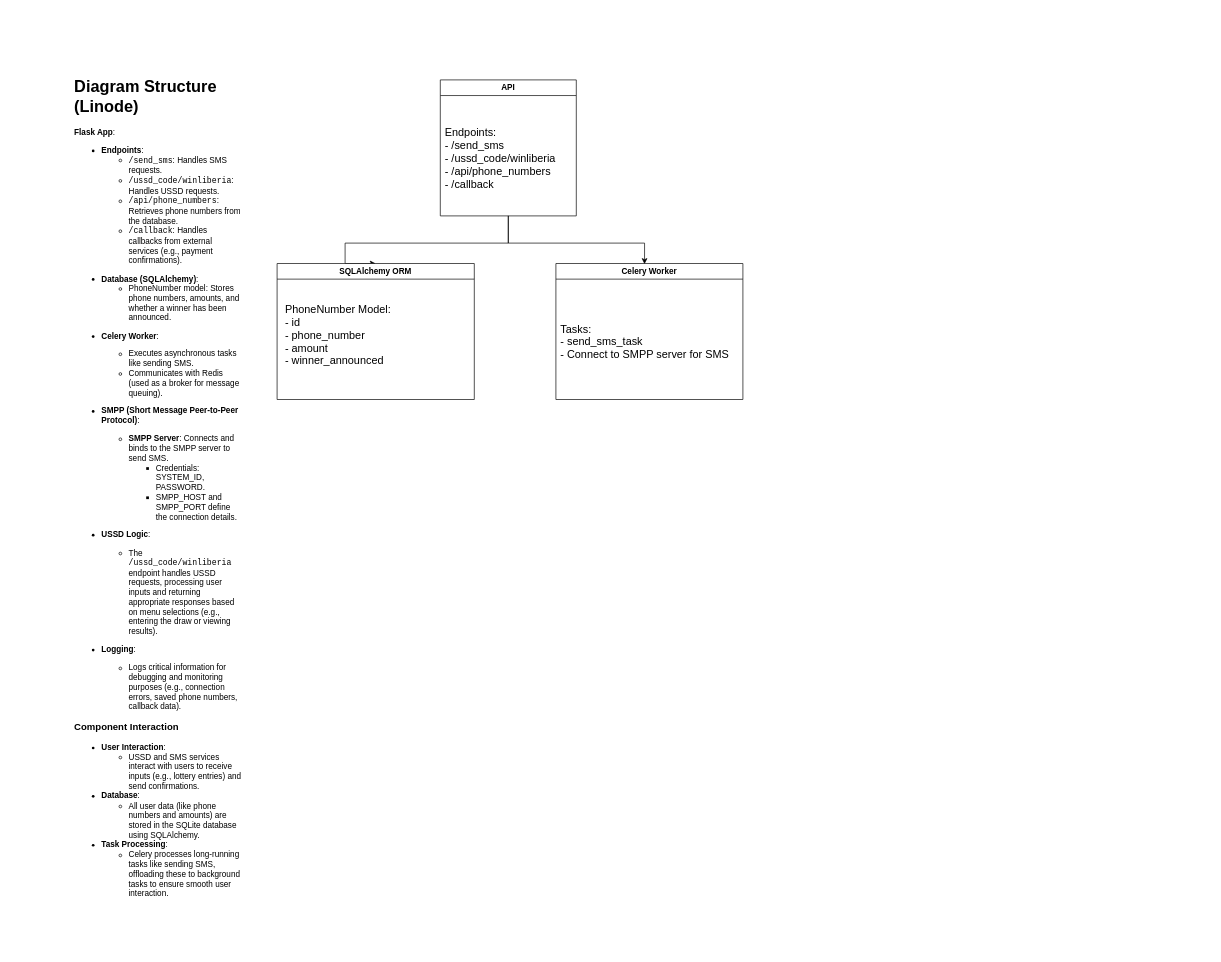
The draw.io diagram Untitled Diagram.drawio in WinLiberia/.github, before the edit. Source tidied: cells renumbered, new cells numbered last; positions are measured from the earlier drawing's top-left corner, leaving out a move shared by most shapes. Both pictures are drawn from the tidied source at 68%, with x=0, y=0 at pixel (73, 73).
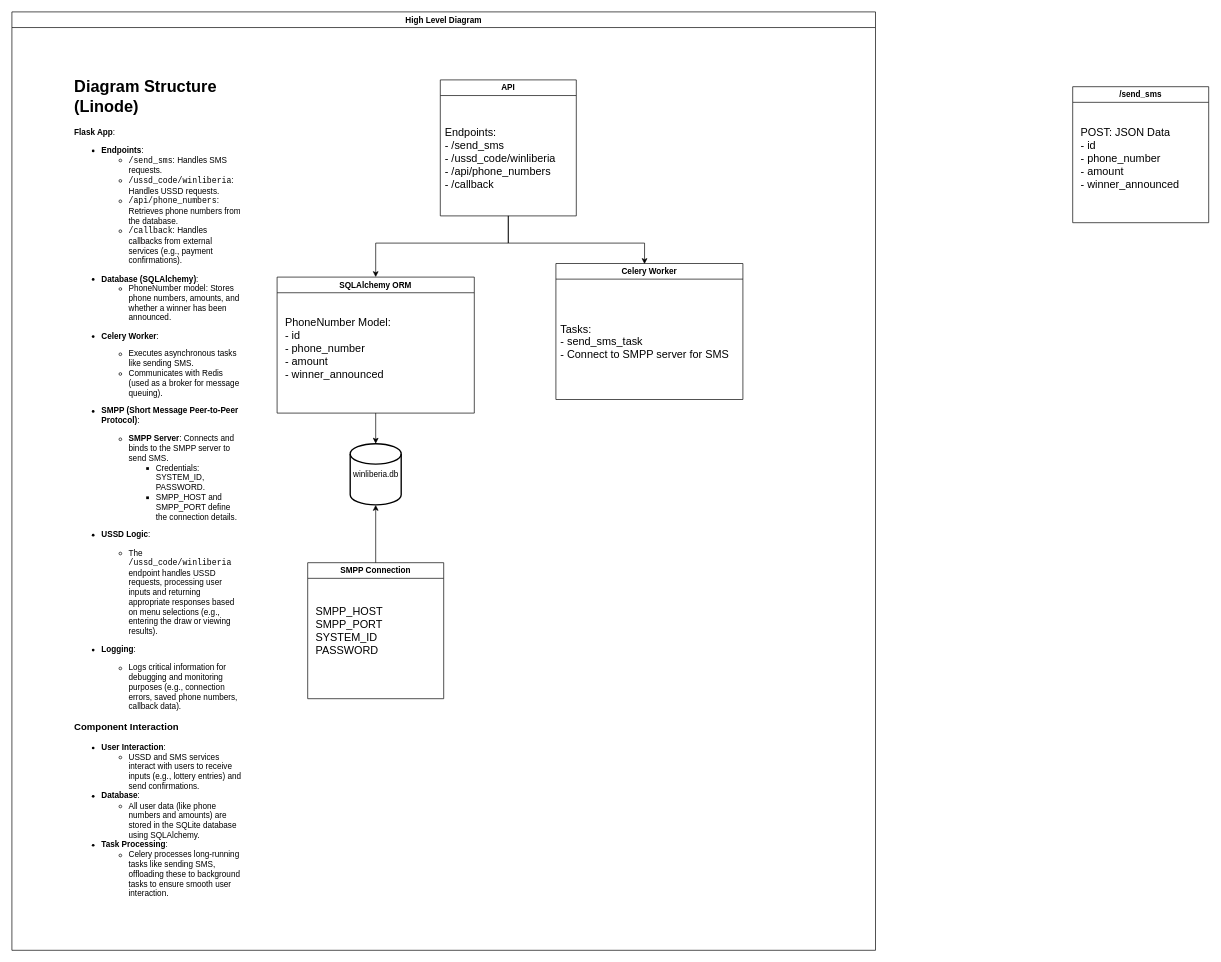
After the change.

Unchanged cells that the change refers to:
```xml
<mxCell id="4" value="API" style="swimlane;whiteSpace=wrap;html=1;" parent="1" vertex="1">
  <mxGeometry x="540" y="10" width="200" height="200" as="geometry" />
</mxCell>
```

Diff of the diagram source:
```diff
@@
     <mxCell id="3" style="edgeStyle=orthogonalEdgeStyle;rounded=0;jettySize=auto;html=1;entryX=0.5;entryY=0;entryDx=0;entryDy=0;" parent="1" edge="1" source="4" target="9">
       <mxGeometry relative="1" as="geometry">
         <Array as="points">
           <mxPoint x="640" y="250" />
-          <mxPoint x="400" y="250" />
+          <mxPoint x="445" y="250" />
         </Array>
       </mxGeometry>
     </mxCell>
@@
     <mxCell id="9" value="SQLAlchemy ORM " style="swimlane;whiteSpace=wrap;html=1;" parent="1" vertex="1">
-      <mxGeometry x="300" y="280" width="290" height="200" as="geometry" />
+      <mxGeometry x="300" y="300" width="290" height="200" as="geometry" />
     </mxCell>
@@
+    <mxCell id="11" value="winliberia.db" style="strokeWidth=2;html=1;shape=mxgraph.flowchart.database;whiteSpace=wrap;" parent="1" vertex="1">
+      <mxGeometry x="407.5" y="545" width="75" height="90" as="geometry" />
+    </mxCell>
+    <mxCell id="12" style="edgeStyle=orthogonalEdgeStyle;rounded=0;jettySize=auto;html=1;entryX=0.5;entryY=0;entryDx=0;entryDy=0;entryPerimeter=0;" parent="1" edge="1" source="9" target="11">
+      <mxGeometry relative="1" as="geometry" />
+    </mxCell>
+    <mxCell id="13" value="SMPP Connection" style="swimlane;whiteSpace=wrap;html=1;" parent="1" vertex="1">
+      <mxGeometry x="345" y="720" width="200" height="200" as="geometry" />
+    </mxCell>
+    <mxCell id="14" value="SMPP_HOST&lt;br&gt;&lt;div&gt;SMPP_PORT&lt;br&gt;&lt;/div&gt;&lt;div&gt;SYSTEM_ID&lt;br&gt;&lt;/div&gt;&lt;div&gt;PASSWORD&lt;br&gt;&lt;/div&gt;" style="text;html=1;align=left;verticalAlign=middle;strokeColor=none;fillColor=none;fontSize=16;" parent="13" vertex="1">
+      <mxGeometry x="10" y="55" width="120" height="90" as="geometry" />
+    </mxCell>
+    <mxCell id="15" style="edgeStyle=orthogonalEdgeStyle;rounded=0;jettySize=auto;html=1;entryX=0.5;entryY=1;entryDx=0;entryDy=0;entryPerimeter=0;" parent="1" edge="1" source="13" target="11">
+      <mxGeometry relative="1" as="geometry" />
+    </mxCell>
+    <mxCell id="16" value="High Level Diagram" style="swimlane;" parent="1" vertex="1">
+      <mxGeometry x="-90" y="-90" width="1270" height="1380" as="geometry" />
+    </mxCell>
+    <mxCell id="17" value="/send_sms" style="swimlane;whiteSpace=wrap;html=1;" parent="1" vertex="1">
+      <mxGeometry x="1470" y="20" width="200" height="200" as="geometry" />
+    </mxCell>
+    <mxCell id="18" value="POST: JSON Data&lt;div style=&quot;font-size: 16px;&quot;&gt;- id&lt;div style=&quot;font-size: 16px;&quot;&gt;- phone_number&lt;/div&gt;&lt;div style=&quot;font-size: 16px;&quot;&gt;- amount&lt;/div&gt;&lt;div style=&quot;font-size: 16px;&quot;&gt;- winner_announced&lt;/div&gt;&lt;/div&gt;" style="text;html=1;align=left;verticalAlign=middle;strokeColor=none;fillColor=none;fontSize=16;" parent="17" vertex="1">
+      <mxGeometry x="10" y="50" width="170" height="110" as="geometry" />
+    </mxCell>
```
